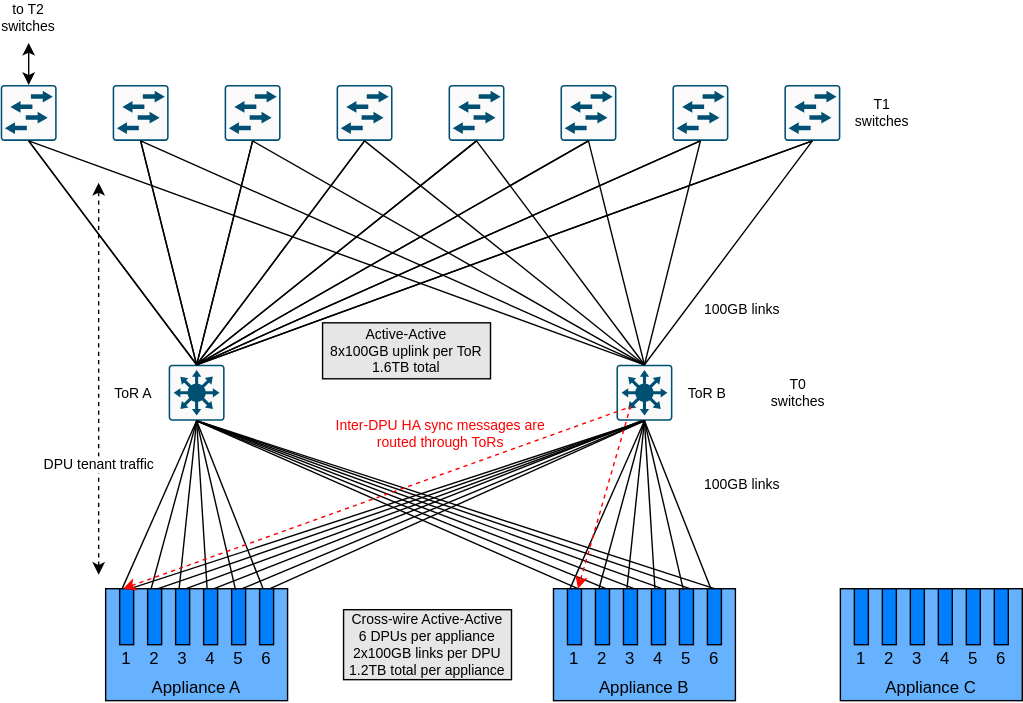
Above: documentation/high-avail/design/images/dash-ha-appliance.svg in sonic-net/DASH (draw.io), before the change. Source tidied: cells renumbered, new cells last; positions are measured from the earlier drawing's top-left corner, leaving out a move shared by most shapes.
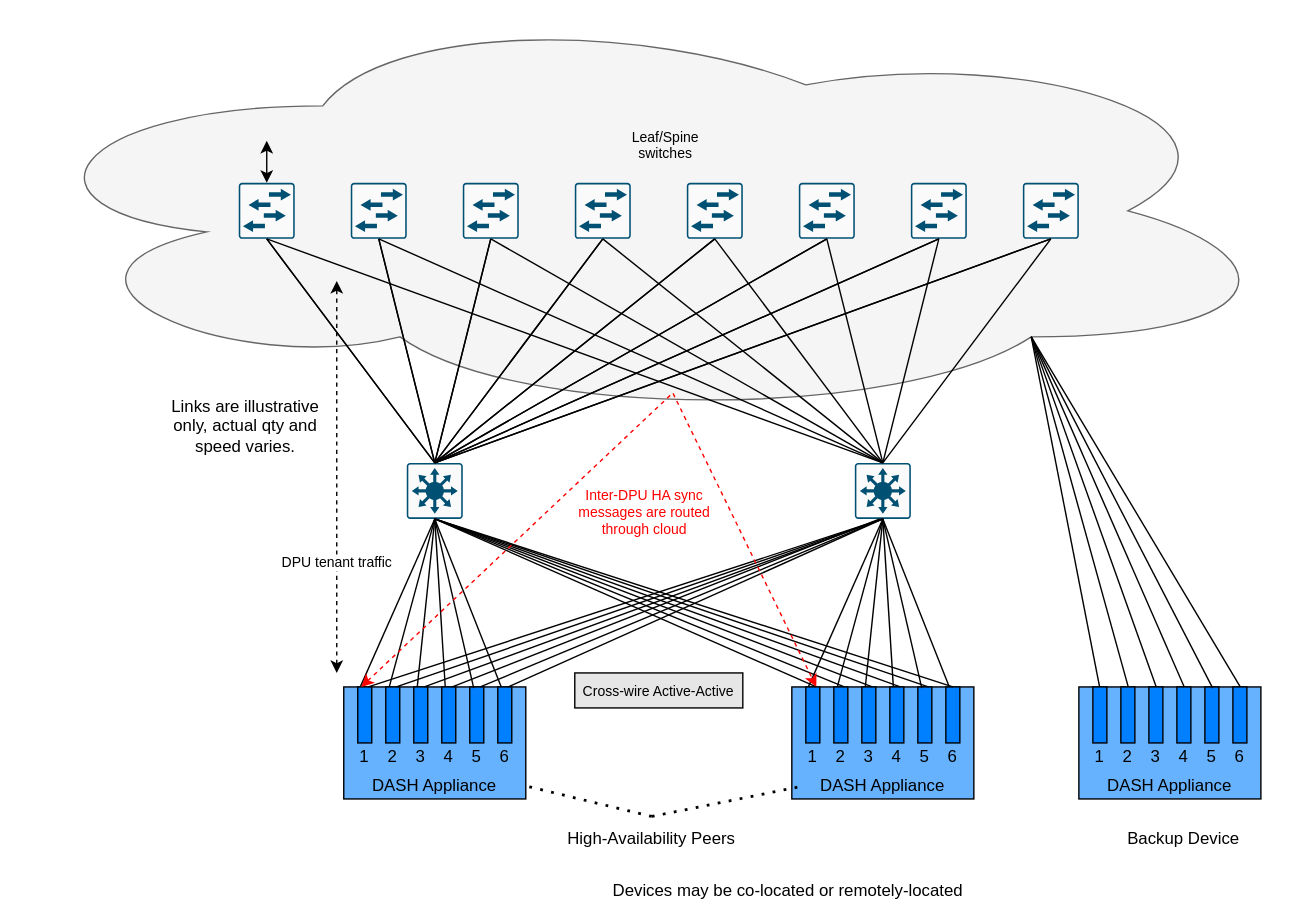
After the change.

Commit message:
Updated diagrams per feedback https://github.com/Azure/DASH/pull/92#pullrequestreview-961084091

The edit, as a diff of the source:
```diff
@@ -2,6 +2,9 @@
   <root>
     <mxCell id="0" />
     <mxCell id="1" parent="0" />
+    <mxCell id="116" style="ellipse;shape=cloud;whiteSpace=wrap;html=1;fillColor=#f5f5f5;strokeColor=#666666;fontColor=#333333;" parent="1" vertex="1">
+      <mxGeometry x="-170" y="-70" width="920" height="300" as="geometry" />
+    </mxCell>
     <mxCell id="2" style="sketch=0;points=[[0.015,0.015,0],[0.985,0.015,0],[0.985,0.985,0],[0.015,0.985,0],[0.25,0,0],[0.5,0,0],[0.75,0,0],[1,0.25,0],[1,0.5,0],[1,0.75,0],[0.75,1,0],[0.5,1,0],[0.25,1,0],[0,0.75,0],[0,0.5,0],[0,0.25,0]];verticalLabelPosition=bottom;html=1;verticalAlign=top;align=center;shape=mxgraph.cisco19.rect;prIcon=l2_switch;fillColor=#FAFAFA;strokeColor=#005073;" parent="1" vertex="1">
       <mxGeometry x="80" y="60" width="40" height="40" as="geometry" />
     </mxCell>
@@ -32,7 +35,7 @@
     <mxCell id="11" style="group;" parent="1" vertex="1">
       <mxGeometry x="75" y="420" width="130" height="80" as="geometry" />
     </mxCell>
-    <mxCell id="12" value="Appliance A" style="rounded=0;whiteSpace=wrap;html=1;fillColor=#66B2FF;verticalAlign=bottom;" parent="11" vertex="1">
+    <mxCell id="12" value="DASH Appliance" style="rounded=0;whiteSpace=wrap;html=1;fillColor=#66B2FF;verticalAlign=bottom;" parent="11" vertex="1">
       <mxGeometry width="130" height="80" as="geometry" />
     </mxCell>
     <mxCell id="13" style="rounded=0;whiteSpace=wrap;html=1;fillColor=#007FFF;" parent="11" vertex="1">
@@ -95,7 +98,7 @@
     <mxCell id="32" style="group;" parent="1" vertex="1">
       <mxGeometry x="395" y="420" width="130" height="80" as="geometry" />
     </mxCell>
-    <mxCell id="33" value="Appliance B" style="rounded=0;whiteSpace=wrap;html=1;fillColor=#66B2FF;verticalAlign=bottom;" parent="32" vertex="1">
+    <mxCell id="33" value="DASH Appliance" style="rounded=0;whiteSpace=wrap;html=1;fillColor=#66B2FF;verticalAlign=bottom;" parent="32" vertex="1">
       <mxGeometry width="130" height="80" as="geometry" />
     </mxCell>
     <mxCell id="34" style="rounded=0;whiteSpace=wrap;html=1;fillColor=#007FFF;" parent="32" vertex="1">
@@ -298,18 +301,9 @@
         <mxPoint x="140" y="300" as="targetPoint" />
       </mxGeometry>
     </mxCell>
-    <mxCell id="88" value="Cross-wire Active-Active&lt;br&gt;6 DPUs per appliance&lt;br style=&quot;font-size: 10px&quot;&gt;2x100GB links per DPU&lt;br style=&quot;font-size: 10px&quot;&gt;1.2TB total per appliance" style="rounded=0;whiteSpace=wrap;html=1;fillColor=#E6E6E6;fontSize=10;" parent="1" vertex="1">
-      <mxGeometry x="245" y="435" width="120" height="50" as="geometry" />
+    <mxCell id="88" value="Cross-wire Active-Active" style="rounded=0;whiteSpace=wrap;html=1;fillColor=#E6E6E6;fontSize=10;" parent="1" vertex="1">
+      <mxGeometry x="240" y="410" width="120" height="25" as="geometry" />
     </mxCell>
-    <mxCell id="89" value="100GB links" style="text;html=1;strokeColor=none;fillColor=none;align=center;verticalAlign=middle;whiteSpace=wrap;rounded=0;fontSize=10;" parent="1" vertex="1">
-      <mxGeometry x="500" y="330" width="60" height="30" as="geometry" />
-    </mxCell>
-    <mxCell id="90" value="100GB links" style="text;html=1;strokeColor=none;fillColor=none;align=center;verticalAlign=middle;whiteSpace=wrap;rounded=0;fontSize=10;" parent="1" vertex="1">
-      <mxGeometry x="500" y="210" width="60" height="20" as="geometry" />
-    </mxCell>
-    <mxCell id="91" value="Active-Active&lt;br style=&quot;font-size: 10px;&quot;&gt;8x100GB uplink per ToR&lt;br style=&quot;font-size: 10px;&quot;&gt;1.6TB total" style="rounded=0;whiteSpace=wrap;html=1;fillColor=#E6E6E6;fontSize=10;" parent="1" vertex="1">
-      <mxGeometry x="230" y="230" width="120" height="40" as="geometry" />
-    </mxCell>
     <mxCell id="92" style="endArrow=classic;startArrow=classic;html=1;rounded=0;fontSize=10;dashed=1;" parent="1" edge="1">
       <mxGeometry relative="1" as="geometry">
         <mxPoint x="70" y="410" as="sourcePoint" />
@@ -324,37 +318,22 @@
     <mxCell id="94" style="endArrow=classic;startArrow=classic;html=1;rounded=0;fontSize=10;dashed=1;exitX=0.25;exitY=0;exitDx=0;exitDy=0;fillColor=#d80073;strokeColor=#FF0000;entryX=0.75;entryY=0;entryDx=0;entryDy=0;" parent="1" edge="1" source="14" target="35">
       <mxGeometry relative="1" as="geometry">
         <Array as="points">
-          <mxPoint x="450" y="290" />
+          <mxPoint x="310" y="210" />
         </Array>
       </mxGeometry>
     </mxCell>
-    <mxCell id="95" value="Inter-DPU HA sync messages are routed through ToRs" style="text;html=1;strokeColor=none;fillColor=none;align=center;verticalAlign=middle;whiteSpace=wrap;rounded=0;fontSize=10;fontColor=#FF0000;" parent="1" vertex="1">
-      <mxGeometry x="237" y="294" width="155" height="30" as="geometry" />
+    <mxCell id="95" value="Inter-DPU HA sync messages are routed through cloud" style="text;html=1;strokeColor=none;fillColor=none;align=center;verticalAlign=middle;whiteSpace=wrap;rounded=0;fontSize=10;fontColor=#FF0000;" parent="1" vertex="1">
+      <mxGeometry x="229" y="280" width="122" height="30" as="geometry" />
     </mxCell>
-    <mxCell id="96" value="ToR B" style="text;html=1;strokeColor=none;fillColor=none;align=center;verticalAlign=middle;whiteSpace=wrap;rounded=0;fontSize=10;fontColor=#000000;" parent="1" vertex="1">
-      <mxGeometry x="485" y="267.5" width="40" height="25" as="geometry" />
-    </mxCell>
-    <mxCell id="97" value="ToR A" style="text;html=1;strokeColor=none;fillColor=none;align=center;verticalAlign=middle;whiteSpace=wrap;rounded=0;fontSize=10;fontColor=#000000;" parent="1" vertex="1">
-      <mxGeometry x="75" y="267.5" width="40" height="25" as="geometry" />
-    </mxCell>
-    <mxCell id="98" value="T1 switches" style="text;html=1;strokeColor=none;fillColor=none;align=center;verticalAlign=middle;whiteSpace=wrap;rounded=0;fontSize=10;fontColor=#000000;" parent="1" vertex="1">
-      <mxGeometry x="610" y="67.5" width="40" height="25" as="geometry" />
-    </mxCell>
     <mxCell id="99" style="endArrow=classic;startArrow=classic;html=1;rounded=0;fontSize=10;fontColor=#000000;strokeColor=#000000;entryX=0.5;entryY=0;entryDx=0;entryDy=0;entryPerimeter=0;" parent="1" edge="1" target="10">
       <mxGeometry relative="1" as="geometry">
         <mxPoint x="20" y="30" as="sourcePoint" />
       </mxGeometry>
     </mxCell>
-    <mxCell id="100" value="to T2 switches" style="text;html=1;strokeColor=none;fillColor=none;align=center;verticalAlign=middle;whiteSpace=wrap;rounded=0;fontSize=10;fontColor=#000000;" parent="1" vertex="1">
-      <mxGeometry width="40" height="25" as="geometry" />
-    </mxCell>
-    <mxCell id="101" value="T0 switches" style="text;html=1;strokeColor=none;fillColor=none;align=center;verticalAlign=middle;whiteSpace=wrap;rounded=0;fontSize=10;fontColor=#000000;" parent="1" vertex="1">
-      <mxGeometry x="550" y="267.5" width="40" height="25" as="geometry" />
-    </mxCell>
     <mxCell id="102" style="group;" parent="1" vertex="1">
       <mxGeometry x="600" y="420" width="130" height="80" as="geometry" />
     </mxCell>
-    <mxCell id="103" value="Appliance C" style="rounded=0;whiteSpace=wrap;html=1;fillColor=#66B2FF;verticalAlign=bottom;" parent="102" vertex="1">
+    <mxCell id="103" value="DASH Appliance" style="rounded=0;whiteSpace=wrap;html=1;fillColor=#66B2FF;verticalAlign=bottom;" parent="102" vertex="1">
       <mxGeometry width="130" height="80" as="geometry" />
     </mxCell>
     <mxCell id="104" style="rounded=0;whiteSpace=wrap;html=1;fillColor=#007FFF;" parent="102" vertex="1">
@@ -393,5 +372,60 @@
     <mxCell id="115" value="4" style="text;html=1;strokeColor=none;fillColor=none;align=center;verticalAlign=middle;whiteSpace=wrap;rounded=0;" parent="102" vertex="1">
       <mxGeometry x="70" y="40" width="10" height="20" as="geometry" />
     </mxCell>
+    <mxCell id="117" value="Leaf/Spine switches" style="text;html=1;strokeColor=none;fillColor=none;align=center;verticalAlign=middle;whiteSpace=wrap;rounded=0;fontSize=10;fontColor=#000000;" parent="1" vertex="1">
+      <mxGeometry x="285" y="20" width="40" height="25" as="geometry" />
+    </mxCell>
+    <mxCell id="118" value="Links are illustrative only, actual qty and speed varies." style="text;html=1;strokeColor=none;fillColor=none;align=center;verticalAlign=middle;whiteSpace=wrap;rounded=0;" parent="1" vertex="1">
+      <mxGeometry x="-60" y="217.5" width="130" height="32.5" as="geometry" />
+    </mxCell>
+    <mxCell id="119" style="endArrow=none;html=1;rounded=0;exitX=0.092;exitY=-0.005;exitDx=0;exitDy=0;exitPerimeter=0;entryX=0.8;entryY=0.8;entryDx=0;entryDy=0;entryPerimeter=0;" parent="1" edge="1" target="116">
+      <mxGeometry relative="1" as="geometry">
+        <mxPoint x="614.7" y="419.6" as="sourcePoint" />
+      </mxGeometry>
+    </mxCell>
+    <mxCell id="120" style="endArrow=none;html=1;rounded=0;exitX=0.25;exitY=0;exitDx=0;exitDy=0;entryX=0.8;entryY=0.8;entryDx=0;entryDy=0;entryPerimeter=0;" parent="1" edge="1" target="116">
+      <mxGeometry relative="1" as="geometry">
+        <mxPoint x="635.3" y="420" as="sourcePoint" />
+      </mxGeometry>
+    </mxCell>
+    <mxCell id="121" style="endArrow=none;html=1;rounded=0;exitX=0.714;exitY=0.01;exitDx=0;exitDy=0;entryX=0.8;entryY=0.8;entryDx=0;entryDy=0;entryPerimeter=0;exitPerimeter=0;" parent="1" edge="1" target="116">
+      <mxGeometry relative="1" as="geometry">
+        <mxPoint x="695.6" y="420.8" as="sourcePoint" />
+      </mxGeometry>
+    </mxCell>
+    <mxCell id="122" style="endArrow=none;html=1;rounded=0;exitX=0.25;exitY=0;exitDx=0;exitDy=0;entryX=0.8;entryY=0.8;entryDx=0;entryDy=0;entryPerimeter=0;" parent="1" edge="1" target="116">
+      <mxGeometry relative="1" as="geometry">
+        <mxPoint x="715.3" y="420" as="sourcePoint" />
+      </mxGeometry>
+    </mxCell>
+    <mxCell id="123" style="endArrow=none;html=1;rounded=0;exitX=0.25;exitY=0;exitDx=0;exitDy=0;entryX=0.8;entryY=0.8;entryDx=0;entryDy=0;entryPerimeter=0;" parent="1" edge="1" target="116">
+      <mxGeometry relative="1" as="geometry">
+        <mxPoint x="655.3" y="420" as="sourcePoint" />
+      </mxGeometry>
+    </mxCell>
+    <mxCell id="124" style="endArrow=none;html=1;rounded=0;exitX=0.25;exitY=0;exitDx=0;exitDy=0;entryX=0.8;entryY=0.8;entryDx=0;entryDy=0;entryPerimeter=0;" parent="1" edge="1" target="116">
+      <mxGeometry relative="1" as="geometry">
+        <mxPoint x="675.3" y="420" as="sourcePoint" />
+      </mxGeometry>
+    </mxCell>
+    <mxCell id="125" value="High-Availability&amp;nbsp;Peers" style="text;html=1;strokeColor=none;fillColor=none;align=center;verticalAlign=middle;whiteSpace=wrap;rounded=0;" parent="1" vertex="1">
+      <mxGeometry x="230" y="512.5" width="130" height="32.5" as="geometry" />
+    </mxCell>
+    <mxCell id="126" style="endArrow=none;dashed=1;html=1;dashPattern=1 3;strokeWidth=2;rounded=0;exitX=0.5;exitY=0;exitDx=0;exitDy=0;entryX=1.016;entryY=0.923;entryDx=0;entryDy=0;entryPerimeter=0;" parent="1" edge="1" source="125">
+      <mxGeometry relative="1" as="geometry">
+        <mxPoint x="201.9" y="490" as="targetPoint" />
+      </mxGeometry>
+    </mxCell>
+    <mxCell id="127" style="endArrow=none;dashed=1;html=1;dashPattern=1 3;strokeWidth=2;rounded=0;exitX=0.5;exitY=0;exitDx=0;exitDy=0;entryX=0.005;entryY=0.928;entryDx=0;entryDy=0;entryPerimeter=0;" parent="1" edge="1" source="125">
+      <mxGeometry relative="1" as="geometry">
+        <mxPoint x="400.6" y="491.3" as="targetPoint" />
+      </mxGeometry>
+    </mxCell>
+    <mxCell id="128" value="Backup Device" style="text;html=1;strokeColor=none;fillColor=none;align=center;verticalAlign=middle;whiteSpace=wrap;rounded=0;" parent="1" vertex="1">
+      <mxGeometry x="610" y="512.5" width="130" height="32.5" as="geometry" />
+    </mxCell>
+    <mxCell id="129" value="Devices may be co-located or remotely-located" style="text;html=1;strokeColor=none;fillColor=none;align=center;verticalAlign=middle;whiteSpace=wrap;rounded=0;" parent="1" vertex="1">
+      <mxGeometry x="225" y="550" width="335" height="32.5" as="geometry" />
+    </mxCell>
   </root>
 </mxGraphModel>
```
